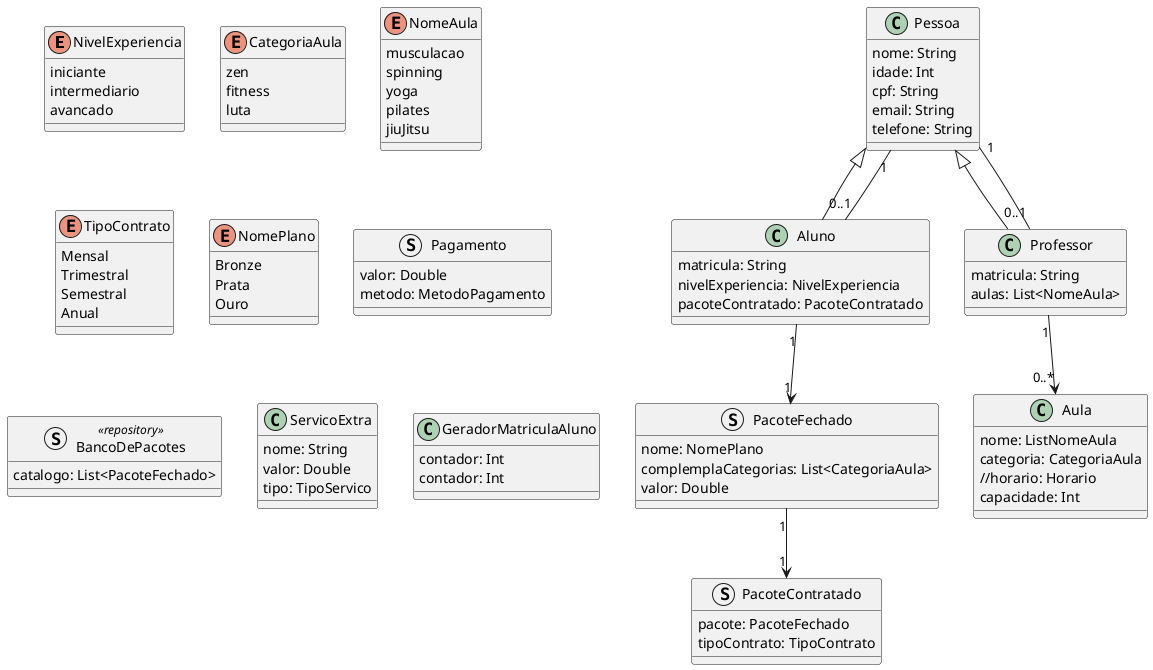
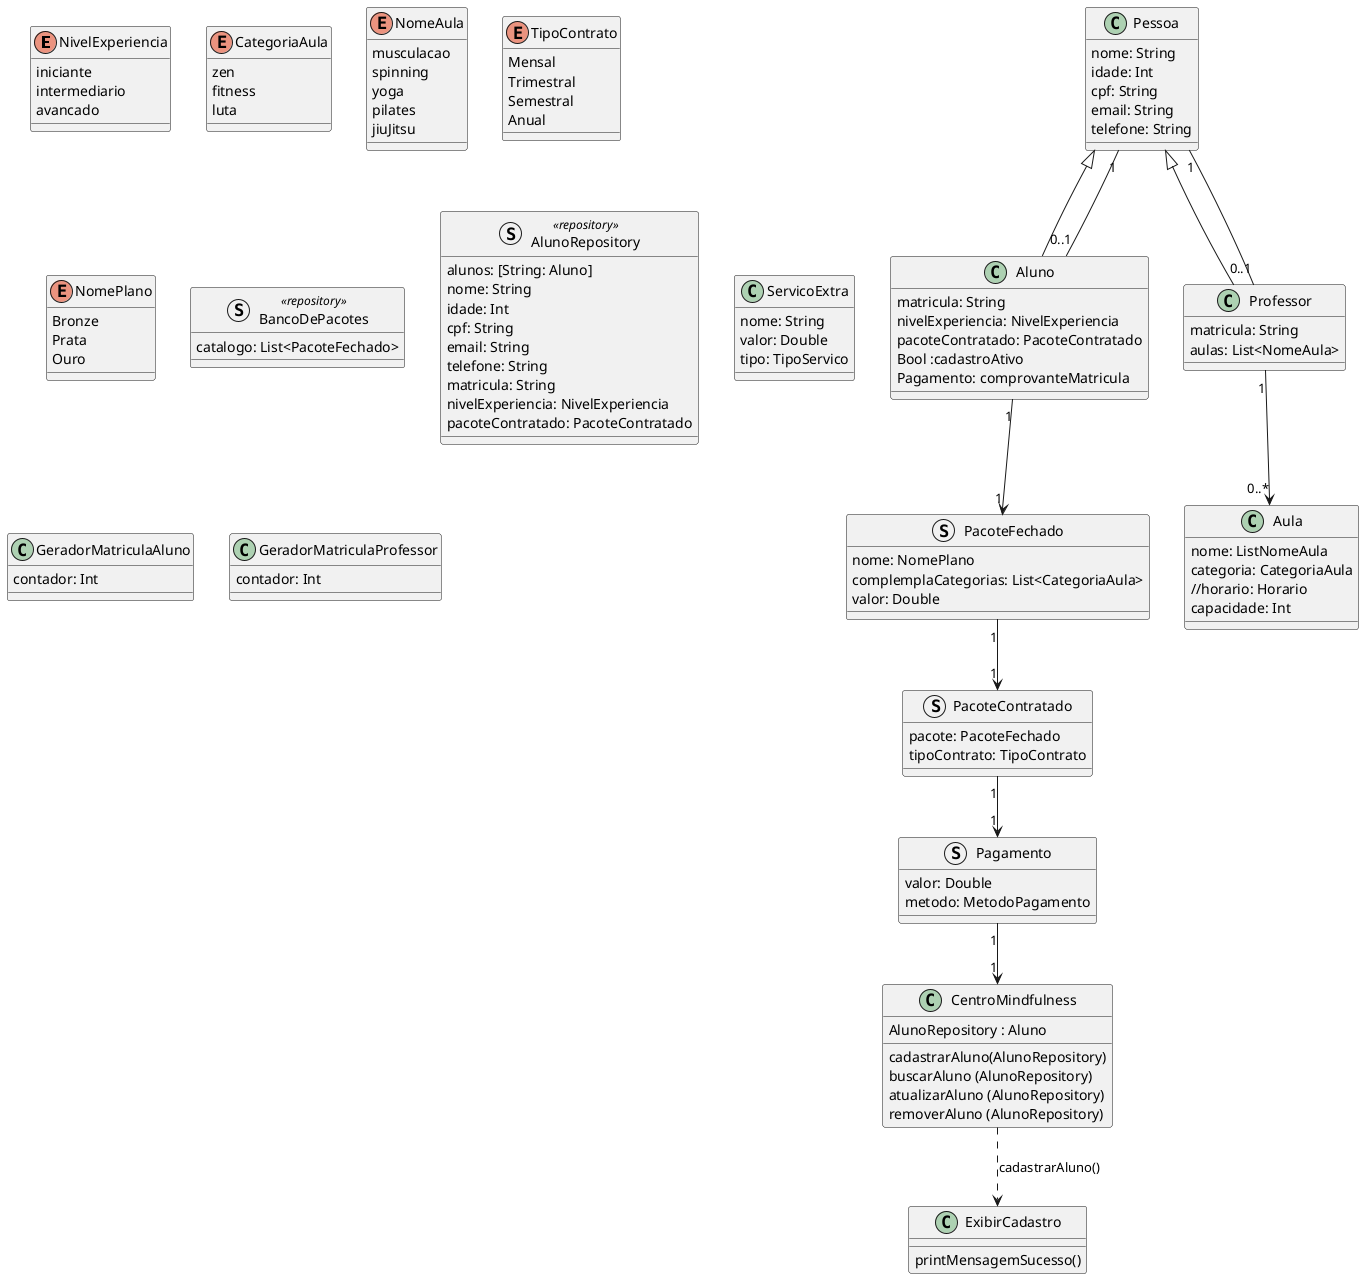
@startuml

' ===== ENUMS =====
enum NivelExperiencia {
  iniciante
  intermediario
  avancado
}

enum CategoriaAula {
    zen
    fitness
    luta
}

enum NomeAula {
  musculacao
  spinning
  yoga
  pilates
  jiuJitsu
}

enum TipoContrato {
  Mensal
  Trimestral
  Semestral
  Anual
}

enum NomePlano{
    Bronze
    Prata
    Ouro
}

' ===== STRUCTS  =====

struct Pagamento  {
  valor: Double
  metodo: MetodoPagamento
}

struct PacoteFechado  {
  nome: NomePlano
  complemplaCategorias: List<CategoriaAula>
  valor: Double
}

struct PacoteContratado  {
  pacote: PacoteFechado
  tipoContrato: TipoContrato

}

struct BancoDePacotes <<repository>> {
  catalogo: List<PacoteFechado>
}
+ 
+ struct AlunoRepository <<repository>> {
+   alunos: [String: Aluno]
+   nome: String
+   idade: Int
+   cpf: String
+   email: String
+   telefone: String
+   matricula: String
+   nivelExperiencia: NivelExperiencia
+   pacoteContratado: PacoteContratado
+ }
' ===== CLASSES =====

class ServicoExtra {
  nome: String
  valor: Double
  tipo: TipoServico
}

class Aula {
  nome: ListNomeAula
  categoria: CategoriaAula
  //horario: Horario
  capacidade: Int
}

class Pessoa {
  nome: String
  idade: Int
  cpf: String
  email: String
  telefone: String
}

class Aluno extends Pessoa {
  matricula: String
  nivelExperiencia: NivelExperiencia
  pacoteContratado: PacoteContratado
+   Bool :cadastroAtivo
+   Pagamento: comprovanteMatricula
}

class Professor extends Pessoa {
  matricula: String
  aulas: List<NomeAula>
}

class GeradorMatriculaAluno {
  contador: Int
}

- class GeradorMatriculaAluno {
+ class GeradorMatriculaProfessor {
  contador: Int
}
'class Contrato {
'  dataInicio: Date
'  ativo: Bool
'}

+ class CentroMindfulness {
+     AlunoRepository : Aluno
+   cadastrarAluno(AlunoRepository)
+   buscarAluno (AlunoRepository)
+   atualizarAluno (AlunoRepository)
+   removerAluno (AlunoRepository)
+   }
+ 
+   class ExibirCadastro {
+     printMensagemSucesso()
+   }
+ 
+ 
' ===== RELAÇÕES =====
Pessoa "1" -- "0..1" Aluno
Pessoa "1" -- "0..1" Professor

Aluno "1" --> "1" PacoteFechado
PacoteFechado "1" --> "1" PacoteContratado
+ PacoteContratado "1" --> "1" Pagamento
+ Pagamento "1" --> "1" CentroMindfulness
+ CentroMindfulness ..> ExibirCadastro : cadastrarAluno()
Professor "1" --> "0..*" Aula


- 
@enduml